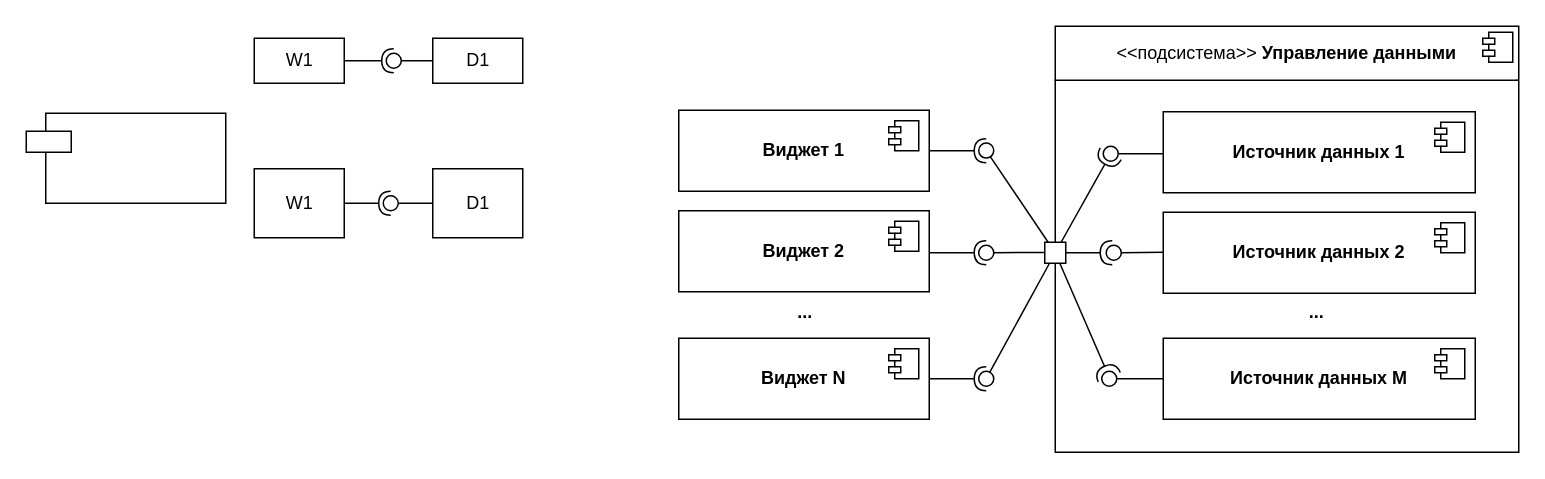
HardenedHunter/dynagraph keeps this draw.io diagram as page "Страница — 2" (2 of 2) of dynagraph.drawio. Above is the earlier version. Source tidied: cells renumbered, new cells numbered last; positions are measured from the earlier drawing's top-left corner, leaving out a move shared by most shapes. Both pictures are drawn from the tidied source at 150%, with x=0, y=0 at pixel (26, 26).
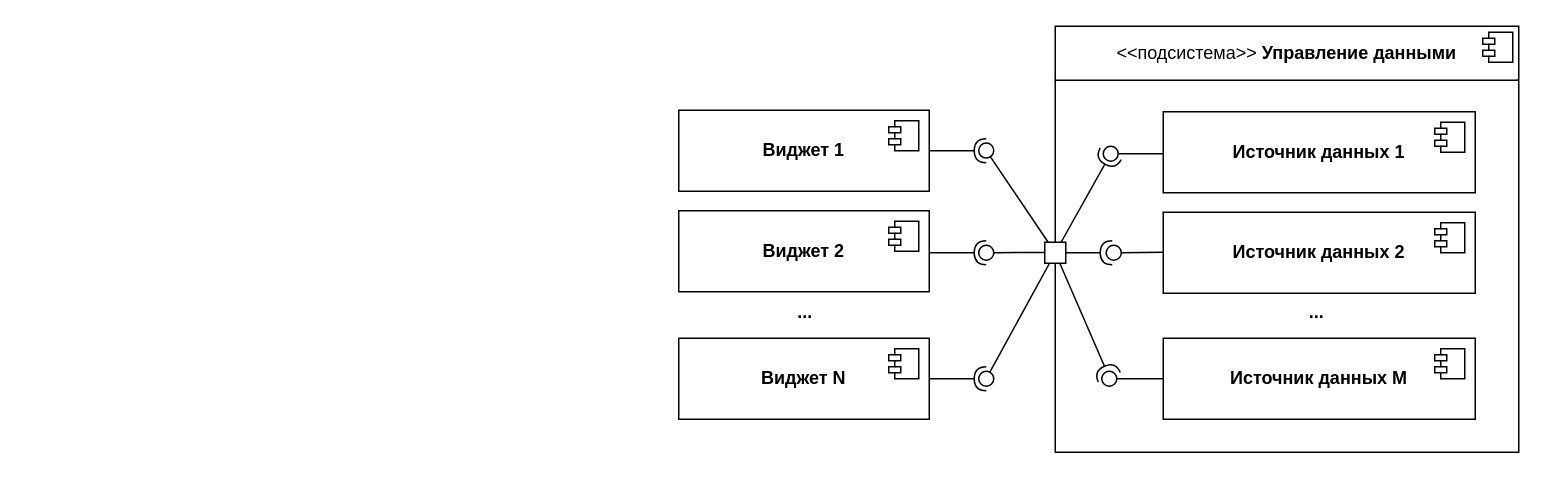
The same diagram, later.

The edit, as a diff of the source:
```diff
@@
-    <mxCell id="2" value="W1" style="html=1;rounded=0;" parent="1" vertex="1">
-      <mxGeometry x="152" y="8" width="60" height="30" as="geometry" />
-    </mxCell>
-    <mxCell id="3" value="D1" style="html=1;rounded=0;" parent="1" vertex="1">
-      <mxGeometry x="271" y="8" width="60" height="30" as="geometry" />
-    </mxCell>
-    <mxCell id="4" style="rounded=0;jettySize=auto;html=1;endArrow=halfCircle;endFill=0;endSize=6;strokeWidth=1;sketch=0;exitX=1;exitY=0.5;exitDx=0;exitDy=0;" parent="1" edge="1" source="2" target="6">
-      <mxGeometry relative="1" as="geometry" />
-    </mxCell>
-    <mxCell id="5" style="rounded=0;jettySize=auto;html=1;endArrow=oval;endFill=0;sketch=0;sourcePerimeterSpacing=0;targetPerimeterSpacing=0;endSize=10;exitX=0;exitY=0.5;exitDx=0;exitDy=0;" parent="1" edge="1" source="3" target="6">
-      <mxGeometry relative="1" as="geometry" />
-    </mxCell>
-    <mxCell id="6" style="ellipse;whiteSpace=wrap;html=1;align=center;fillColor=none;strokeColor=none;perimeter=centerPerimeter;points=[];outlineConnect=1;" parent="1" vertex="1">
-      <mxGeometry x="240" y="18" width="10" height="10" as="geometry" />
-    </mxCell>
-    <mxCell id="7" value="W1" style="html=1;rounded=0;" parent="1" vertex="1">
-      <mxGeometry x="152" y="95" width="60" height="46" as="geometry" />
-    </mxCell>
-    <mxCell id="8" value="D1" style="html=1;rounded=0;" parent="1" vertex="1">
-      <mxGeometry x="271" y="95" width="60" height="46" as="geometry" />
-    </mxCell>
-    <mxCell id="9" style="rounded=0;jettySize=auto;html=1;endArrow=halfCircle;endFill=0;endSize=6;strokeWidth=1;sketch=0;" parent="1" edge="1" target="11">
-      <mxGeometry relative="1" as="geometry">
-        <mxPoint x="212" y="118" as="sourcePoint" />
-      </mxGeometry>
-    </mxCell>
-    <mxCell id="10" style="rounded=0;jettySize=auto;html=1;endArrow=oval;endFill=0;sketch=0;sourcePerimeterSpacing=0;targetPerimeterSpacing=0;endSize=10;exitX=0;exitY=0.5;exitDx=0;exitDy=0;" parent="1" edge="1" source="8" target="11">
-      <mxGeometry relative="1" as="geometry" />
-    </mxCell>
-    <mxCell id="11" style="ellipse;whiteSpace=wrap;html=1;align=center;fillColor=none;strokeColor=none;perimeter=centerPerimeter;points=[];outlineConnect=1;" parent="1" vertex="1">
-      <mxGeometry x="238" y="113" width="10" height="10" as="geometry" />
-    </mxCell>
-    <mxCell id="12" style="verticalLabelPosition=bottom;verticalAlign=top;html=1;shape=mxgraph.basic.rect;fillColor2=none;strokeWidth=1;size=20;indent=5;" parent="1" vertex="1">
-      <mxGeometry x="13" y="58" width="120" height="60" as="geometry" />
-    </mxCell>
@@
-    <mxCell id="21" style="verticalLabelPosition=bottom;verticalAlign=top;html=1;shape=mxgraph.basic.rect;fillColor2=none;strokeWidth=1;size=20;indent=5;" parent="1" vertex="1">
-      <mxGeometry y="70" width="30" height="14" as="geometry" />
-    </mxCell>
```
